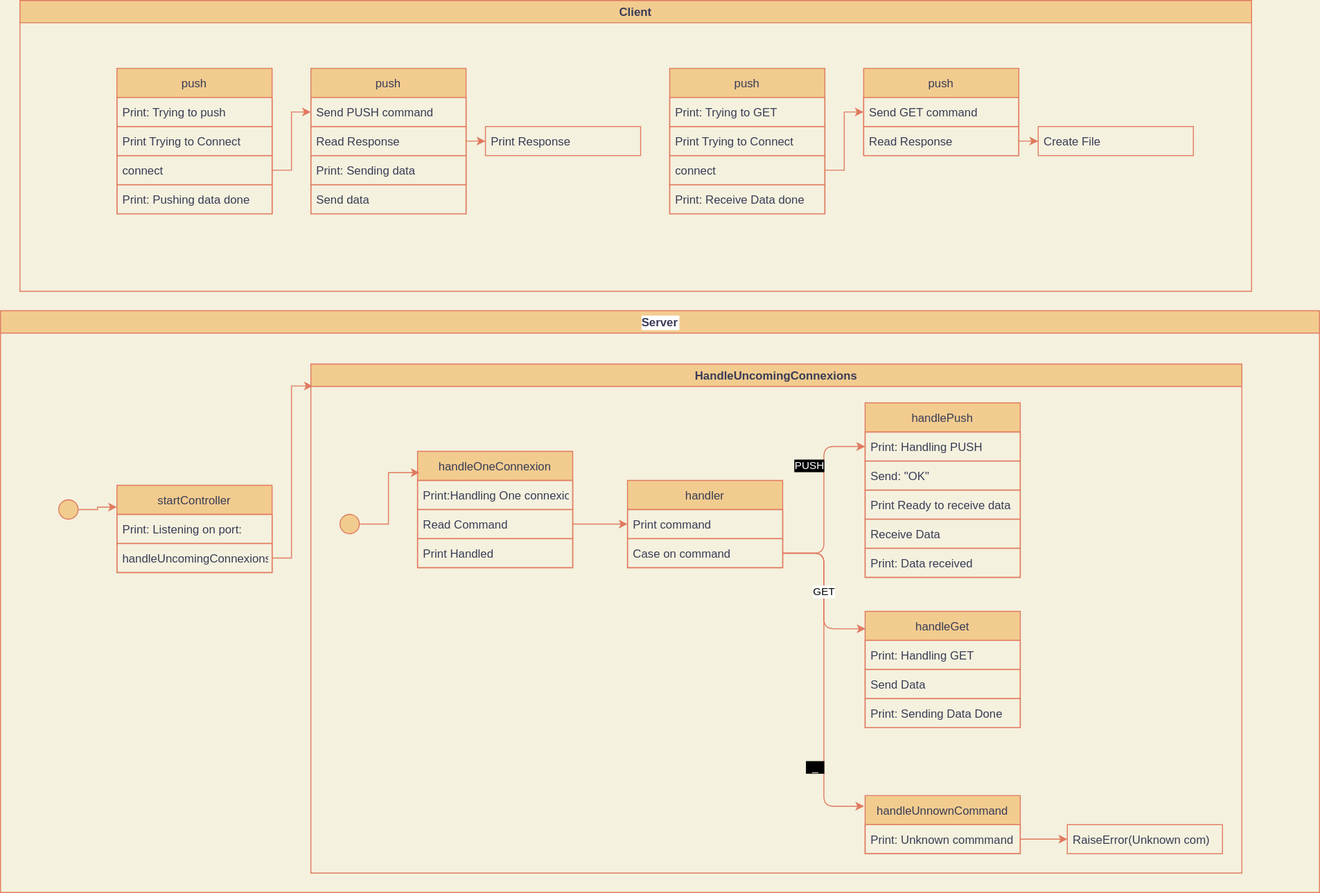
Above: Schema.svg in carlosfy/encrypted-storage (draw.io), before the change. Source tidied: cells renumbered, new cells last; positions are measured from the earlier drawing's top-left corner, leaving out a move shared by most shapes.
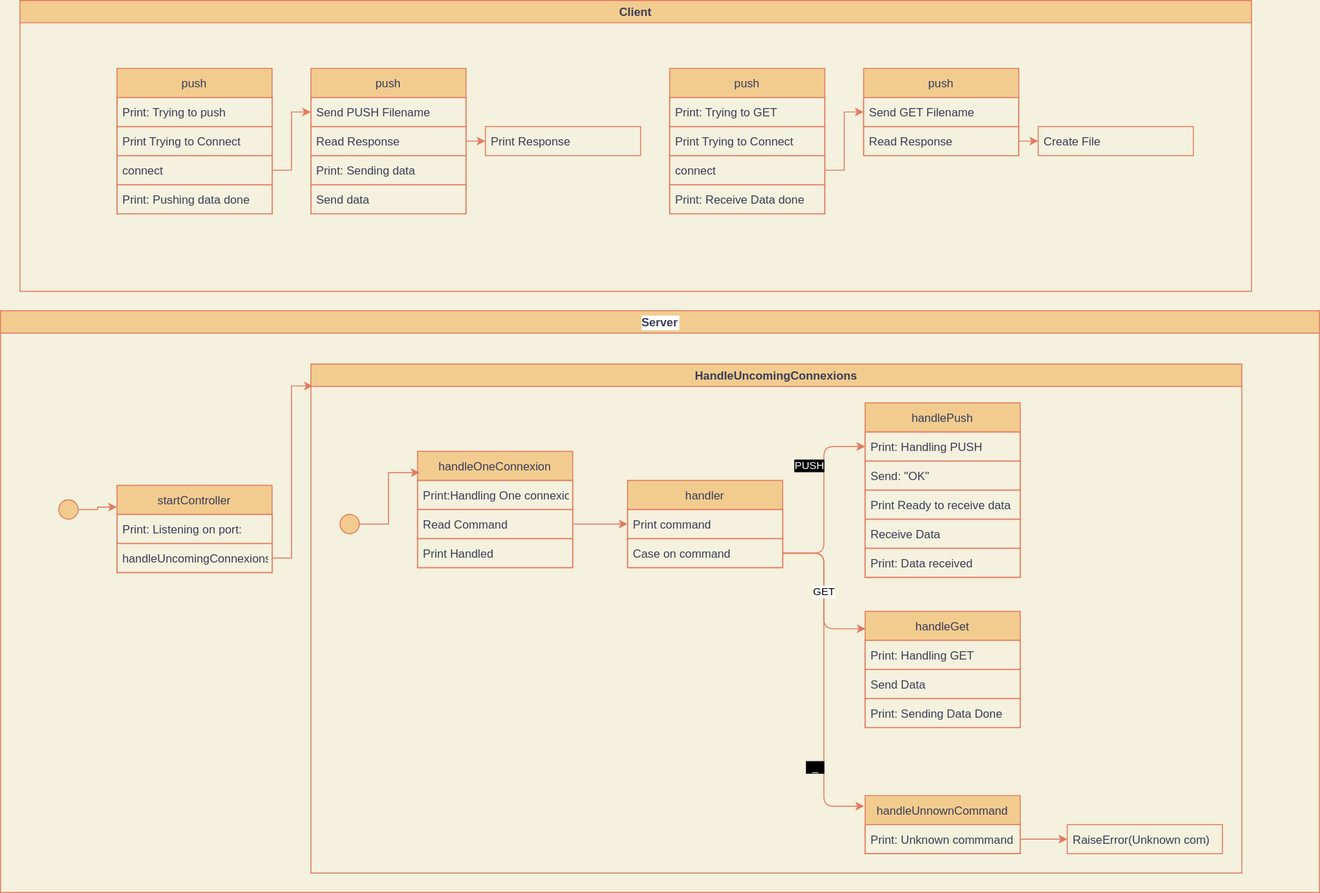
The same diagram one commit later.

Commit message:
Update protocol so it send the filename too

What changed in the source:
```diff
@@ -23,7 +23,7 @@
     <mxCell id="8" value="push" style="swimlane;fontStyle=0;horizontal=1;startSize=30;strokeColor=#E07A5F;fillColor=#F2CC8F;fontColor=#393C56;" parent="2" vertex="1">
       <mxGeometry x="300" y="70" width="160" height="150" as="geometry" />
     </mxCell>
-    <mxCell id="9" value="Send PUSH command" style="text;strokeColor=#E07A5F;fillColor=none;align=left;verticalAlign=middle;spacingLeft=4;spacingRight=4;overflow=hidden;points=[[0,0.5],[1,0.5]];portConstraint=eastwest;fontColor=#393C56;" parent="8" vertex="1">
+    <mxCell id="9" value="Send PUSH Filename" style="text;strokeColor=#E07A5F;fillColor=none;align=left;verticalAlign=middle;spacingLeft=4;spacingRight=4;overflow=hidden;points=[[0,0.5],[1,0.5]];portConstraint=eastwest;fontColor=#393C56;" parent="8" vertex="1">
       <mxGeometry y="30" width="160" height="30" as="geometry" />
     </mxCell>
     <mxCell id="10" value="Read Response" style="text;strokeColor=#E07A5F;fillColor=none;align=left;verticalAlign=middle;spacingLeft=4;spacingRight=4;overflow=hidden;points=[[0,0.5],[1,0.5]];portConstraint=eastwest;fontColor=#393C56;" parent="8" vertex="1">
@@ -62,7 +62,7 @@
     <mxCell id="21" value="push" style="swimlane;fontStyle=0;horizontal=1;startSize=30;strokeColor=#E07A5F;fillColor=#F2CC8F;fontColor=#393C56;" parent="2" vertex="1">
       <mxGeometry x="870" y="70" width="160" height="90" as="geometry" />
     </mxCell>
-    <mxCell id="22" value="Send GET command" style="text;strokeColor=#E07A5F;fillColor=none;align=left;verticalAlign=middle;spacingLeft=4;spacingRight=4;overflow=hidden;points=[[0,0.5],[1,0.5]];portConstraint=eastwest;fontColor=#393C56;" parent="21" vertex="1">
+    <mxCell id="22" value="Send GET Filename" style="text;strokeColor=#E07A5F;fillColor=none;align=left;verticalAlign=middle;spacingLeft=4;spacingRight=4;overflow=hidden;points=[[0,0.5],[1,0.5]];portConstraint=eastwest;fontColor=#393C56;" parent="21" vertex="1">
       <mxGeometry y="30" width="160" height="30" as="geometry" />
     </mxCell>
     <mxCell id="23" value="Read Response" style="text;strokeColor=#E07A5F;fillColor=none;align=left;verticalAlign=middle;spacingLeft=4;spacingRight=4;overflow=hidden;points=[[0,0.5],[1,0.5]];portConstraint=eastwest;fontColor=#393C56;" parent="21" vertex="1">
```
